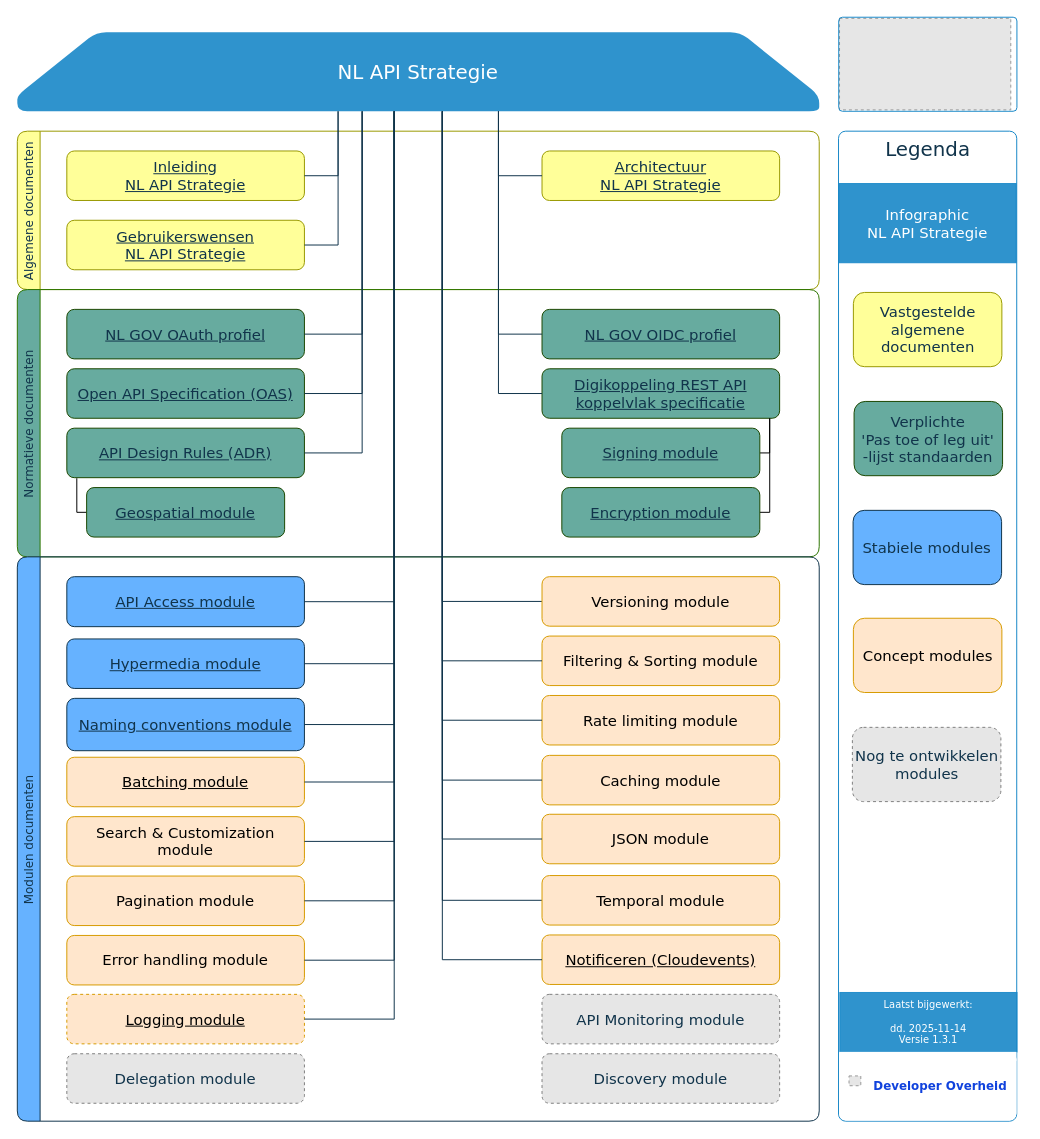
This is page "versie 110" (1 of 2) of media/API infographic.drawio from Geonovum/KP-APIs, a draw.io file, before an edit. Source tidied: cells renumbered, new cells numbered last; positions are measured from the earlier drawing's top-left corner, leaving out a move shared by most shapes. Both pictures are drawn from the tidied source at 99%, with x=0, y=0 at pixel (17, 17). Pictures stored in the file or linked from it are replaced by grey dashed boxes.
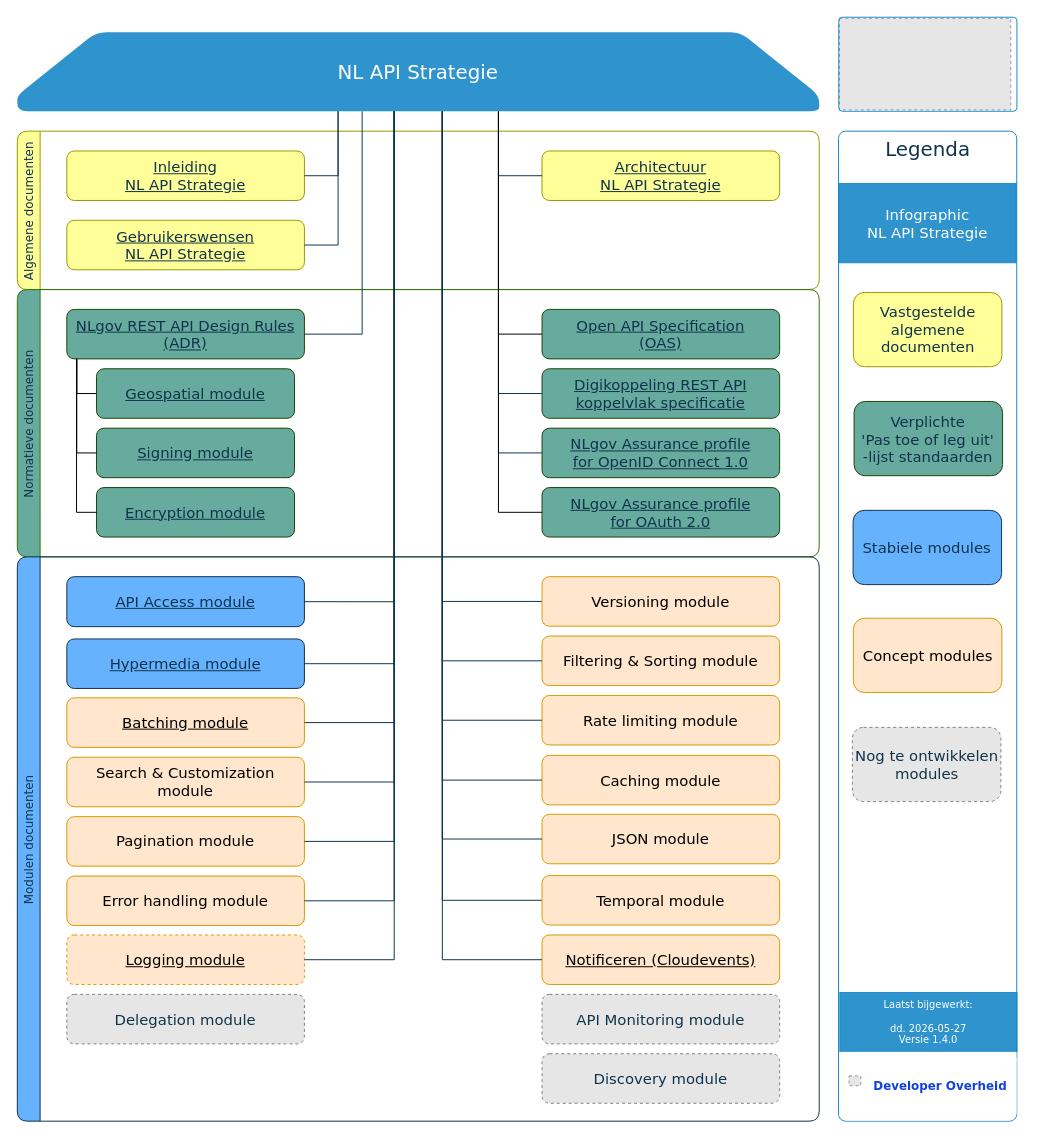
Above is the later version.

Commit message (it also covers changes not shown here):
Update standaard namen naar NLgov notatie (#685)

The change refers to these unchanged cells:
```xml
<mxCell id="10" value="Normatieve documenten" style="swimlane;horizontal=0;rounded=1;strokeColor=#2D7600;fillColor=#67AB9F;fontFamily=Verdana;fontStyle=0;fontColor=light-dark(#11344B,#FFFFFF);fontSize=12;" parent="1" vertex="1">
  <mxGeometry y="275" width="810" height="270" as="geometry" />
</mxCell>
<mxCell id="14" value="Digikoppeling REST API koppelvlak specificatie" style="rounded=1;whiteSpace=wrap;html=1;fontSize=15;fontStyle=4;fillColor=#67AB9F;strokeColor=#1B4700;fontColor=light-dark(#11344B,#FFFFFF);fontFamily=Verdana;align=center;verticalAlign=middle;" parent="10" vertex="1">
  <mxGeometry x="530" y="80" width="240" height="50" as="geometry" />
</mxCell>
<mxCell id="22" value="&lt;span&gt;NL API Strategie&lt;/span&gt;" style="shape=loopLimit;whiteSpace=wrap;html=1;fontSize=20;fillColor=#1988C8;fontFamily=Verdana;fontStyle=0;size=140;fontColor=#FFFFFF;strokeColor=none;rounded=1;points=[[0,0,0,0,0],[0,0.26,0,0,0],[0,0.5,0,0,0],[0,0.74,0,0,0],[0,1,0,0,0],[0.07,1,0,0,0],[0.13,1,0,0,0],[0.2,1,0,0,0],[0.23,1,0,0,0],[0.25,0,0,0,0],[0.25,1,0,0,0],[0.27,1,0,0,0],[0.33,1,0,0,0],[0.4,1,0,0,0],[0.43,1,0,0,0],[0.47,1,0,0,0],[0.5,0,0,0,0],[0.5,1,0,0,0],[0.53,1,0,0,0],[0.56,1,0,0,0],[0.6,1,0,0,0],[0.67,1,0,0,0],[0.75,0,0,0,0],[0.75,1,0,0,0],[0.8,1,0,0,0],[0.83,1,0,0,0],[0.87,1,0,0,0],[0.93,1,0,0,0],[1,0,0,0,0],[1,0.26,0,0,0],[1,0.5,0,0,0],[1,0.76,0,0,0],[1,1,0,0,0]];opacity=90;shadow=0;sketch=0;" parent="1" vertex="1">
  <mxGeometry y="15" width="810" height="79.9" as="geometry" />
</mxCell>
<mxCell id="23" value="Modulen documenten" style="swimlane;horizontal=0;rounded=1;strokeColor=#11344B;fillColor=#66B2FF;fontFamily=Verdana;fontStyle=0;fontColor=light-dark(#11344B,#FFFFFF);fontSize=12;" parent="1" vertex="1">
  <mxGeometry y="545" width="810" height="570" as="geometry" />
</mxCell>
```

Change to the diagram source:
```diff
@@
-    <mxCell id="11" value="API Design Rules (ADR)" style="rounded=1;whiteSpace=wrap;html=1;fontSize=15;fontStyle=4;fillColor=#67AB9F;strokeColor=#1B4700;fontColor=light-dark(#11344B,#FFFFFF);fontFamily=Verdana;points=[[0,0,0,0,0],[0,0.25,0,0,0],[0,0.5,0,0,0],[0,0.75,0,0,0],[0,1,0,0,0],[0.13,1,0,0,0],[0.25,0,0,0,0],[0.25,1,0,0,0],[0.38,1,0,0,0],[0.5,0,0,0,0],[0.5,1,0,0,0],[0.63,1,0,0,0],[0.75,0,0,0,0],[0.75,1,0,0,0],[0.88,1,0,0,0],[1,0,0,0,0],[1,0.25,0,0,0],[1,0.5,0,0,0],[1,0.75,0,0,0],[1,1,0,0,0]];" parent="10" vertex="1">
-      <mxGeometry x="50" y="140" width="240" height="50" as="geometry" />
+    <mxCell id="11" value="NLgov REST API Design Rules (ADR)" style="rounded=1;whiteSpace=wrap;html=1;fontSize=15;fontStyle=4;fillColor=#67AB9F;strokeColor=#1B4700;fontColor=light-dark(#11344B,#FFFFFF);fontFamily=Verdana;points=[[0,0,0,0,0],[0,0.25,0,0,0],[0,0.5,0,0,0],[0,0.75,0,0,0],[0,1,0,0,0],[0.13,1,0,0,0],[0.25,0,0,0,0],[0.25,1,0,0,0],[0.38,1,0,0,0],[0.5,0,0,0,0],[0.5,1,0,0,0],[0.63,1,0,0,0],[0.75,0,0,0,0],[0.75,1,0,0,0],[0.88,1,0,0,0],[1,0,0,0,0],[1,0.25,0,0,0],[1,0.5,0,0,0],[1,0.75,0,0,0],[1,1,0,0,0]];" parent="10" vertex="1">
+      <mxGeometry x="50" y="20" width="240" height="50" as="geometry" />
     </mxCell>
-    <mxCell id="12" value="Open API Specification (OAS)" style="rounded=1;whiteSpace=wrap;html=1;fontSize=15;fontStyle=4;fillColor=#67AB9F;strokeColor=#1B4700;fontColor=light-dark(#11344B,#FFFFFF);fontFamily=Verdana;align=center;verticalAlign=middle;" parent="10" vertex="1">
-      <mxGeometry x="50" y="80" width="240" height="50" as="geometry" />
+    <mxCell id="12" value="Open API Specification&lt;br&gt;(OAS)" style="rounded=1;whiteSpace=wrap;html=1;fontSize=15;fontStyle=4;fillColor=#67AB9F;strokeColor=#1B4700;fontColor=light-dark(#11344B,#FFFFFF);fontFamily=Verdana;align=center;verticalAlign=middle;" parent="10" vertex="1">
+      <mxGeometry x="530" y="20" width="240" height="50" as="geometry" />
     </mxCell>
-    <mxCell id="13" value="NL GOV OAuth profiel" style="rounded=1;whiteSpace=wrap;html=1;fontSize=15;fontStyle=4;fillColor=#67AB9F;strokeColor=#1B4700;fontColor=light-dark(#11344B,#FFFFFF);fontFamily=Verdana;" parent="10" vertex="1">
-      <mxGeometry x="50" y="20" width="240" height="50" as="geometry" />
+    <mxCell id="13" value="NLgov Assurance profile&lt;br&gt;for OAuth 2.0" style="rounded=1;whiteSpace=wrap;html=1;fontSize=15;fontStyle=4;fillColor=#67AB9F;strokeColor=#1B4700;fontColor=light-dark(#11344B,#FFFFFF);fontFamily=Verdana;" parent="10" vertex="1">
+      <mxGeometry x="530" y="200" width="240" height="50" as="geometry" />
     </mxCell>
@@
-    <mxCell id="15" value="NL GOV OIDC profiel" style="rounded=1;whiteSpace=wrap;html=1;fontSize=15;fontStyle=4;fillColor=#67AB9F;strokeColor=#1B4700;fontColor=light-dark(#11344B,#FFFFFF);fontFamily=Verdana;align=center;verticalAlign=middle;" parent="10" vertex="1">
-      <mxGeometry x="530" y="20" width="240" height="50" as="geometry" />
+    <mxCell id="15" value="NLgov Assurance profile&lt;br&gt;for OpenID Connect 1.0" style="rounded=1;whiteSpace=wrap;html=1;fontSize=15;fontStyle=4;fillColor=#67AB9F;strokeColor=#1B4700;fontColor=light-dark(#11344B,#FFFFFF);fontFamily=Verdana;align=center;verticalAlign=middle;" parent="10" vertex="1">
+      <mxGeometry x="530" y="140" width="240" height="50" as="geometry" />
     </mxCell>
@@
     <mxCell id="17" value="Geospatial module" style="rounded=1;whiteSpace=wrap;html=1;fontSize=15;fontStyle=4;fillColor=#67AB9F;strokeColor=#1B4700;fontColor=light-dark(#11344B,#FFFFFF);fontFamily=Verdana;" parent="10" vertex="1">
-      <mxGeometry x="70" y="200" width="200" height="50" as="geometry" />
+      <mxGeometry x="80" y="80" width="200" height="50" as="geometry" />
     </mxCell>
-    <mxCell id="18" style="edgeStyle=orthogonalEdgeStyle;rounded=0;jettySize=auto;html=1;exitX=1;exitY=0.5;exitDx=0;exitDy=0;endArrow=none;startFill=0;entryX=0.958;entryY=1.002;entryDx=0;entryDy=0;entryPerimeter=0;" parent="10" edge="1" source="19" target="14">
-      <mxGeometry relative="1" as="geometry">
-        <Array as="points">
-          <mxPoint x="760" y="165" />
-          <mxPoint x="760" y="130" />
-        </Array>
-      </mxGeometry>
-    </mxCell>
     <mxCell id="19" value="Signing module" style="rounded=1;whiteSpace=wrap;html=1;fontSize=15;fontStyle=4;fillColor=#67AB9F;strokeColor=#1B4700;fontColor=light-dark(#11344B,#FFFFFF);fontFamily=Verdana;" parent="10" vertex="1">
-      <mxGeometry x="550" y="140" width="200" height="50" as="geometry" />
+      <mxGeometry x="80" y="140" width="200" height="50" as="geometry" />
     </mxCell>
-    <mxCell id="20" style="edgeStyle=orthogonalEdgeStyle;rounded=0;jettySize=auto;html=1;exitX=1;exitY=0.5;exitDx=0;exitDy=0;endArrow=none;startFill=0;" parent="10" edge="1" source="21">
-      <mxGeometry relative="1" as="geometry">
-        <mxPoint x="760" y="130" as="targetPoint" />
-        <Array as="points">
-          <mxPoint x="760" y="225" />
-        </Array>
-      </mxGeometry>
-    </mxCell>
     <mxCell id="21" value="Encryption module" style="rounded=1;whiteSpace=wrap;html=1;fontSize=15;fontStyle=4;fillColor=#67AB9F;strokeColor=#1B4700;fontColor=light-dark(#11344B,#FFFFFF);fontFamily=Verdana;" parent="10" vertex="1">
-      <mxGeometry x="550" y="200" width="200" height="50" as="geometry" />
+      <mxGeometry x="80" y="200" width="200" height="50" as="geometry" />
     </mxCell>
+    <mxCell id="78" style="edgeStyle=orthogonalEdgeStyle;rounded=0;jettySize=auto;html=1;exitX=0;exitY=0.5;exitDx=0;exitDy=0;entryX=0.042;entryY=1;entryDx=0;entryDy=0;entryPerimeter=0;endArrow=none;endFill=0;" parent="10" edge="1" source="19" target="11">
+      <mxGeometry relative="1" as="geometry" />
+    </mxCell>
+    <mxCell id="79" style="edgeStyle=orthogonalEdgeStyle;rounded=0;jettySize=auto;html=1;exitX=0;exitY=0.5;exitDx=0;exitDy=0;endArrow=none;endFill=0;entryX=0.041;entryY=0.992;entryDx=0;entryDy=0;entryPerimeter=0;" parent="10" edge="1" source="21" target="11">
+      <mxGeometry relative="1" as="geometry" />
+    </mxCell>
@@
-    <mxCell id="27" value="Naming conventions module" style="rounded=1;whiteSpace=wrap;html=1;fontSize=15;fontStyle=4;fillColor=#66B2FF;strokeColor=#11344B;fontColor=light-dark(#11344B,#FFFFFF);fontFamily=Verdana;" parent="23" vertex="1">
-      <mxGeometry x="50" y="142.9" width="240" height="52.9" as="geometry" />
-    </mxCell>
@@
     <mxCell id="30" value="Search &amp;amp; Customization module" style="rounded=1;whiteSpace=wrap;html=1;fontSize=15;fontStyle=0;fillColor=light-dark(#FFE6CC,#FFE6CC);strokeColor=#d79b00;fontColor=light-dark(#000000,#000000);fontFamily=Verdana;" parent="23" vertex="1">
-      <mxGeometry x="50" y="262.4" width="240" height="50" as="geometry" />
+      <mxGeometry x="50" y="202.4" width="240" height="50" as="geometry" />
     </mxCell>
@@
     <mxCell id="33" value="Pagination module" style="rounded=1;whiteSpace=wrap;html=1;fontSize=15;fontStyle=0;fillColor=light-dark(#FFE6CC,#FFE6CC);strokeColor=#d79b00;fontColor=light-dark(#000000,#000000);fontFamily=Verdana;" parent="23" vertex="1">
-      <mxGeometry x="50" y="322.4" width="240" height="50" as="geometry" />
+      <mxGeometry x="50" y="262.4" width="240" height="50" as="geometry" />
     </mxCell>
@@
     <mxCell id="36" value="Error handling module" style="rounded=1;whiteSpace=wrap;html=1;fontSize=15;fontStyle=0;fillColor=light-dark(#FFE6CC,#FFE6CC);strokeColor=#d79b00;fontColor=light-dark(#000000,#000000);fontFamily=Verdana;" parent="23" vertex="1">
-      <mxGeometry x="50" y="382.4" width="240" height="50" as="geometry" />
+      <mxGeometry x="50" y="322.4" width="240" height="50" as="geometry" />
     </mxCell>
     <mxCell id="37" value="Delegation module" style="rounded=1;whiteSpace=wrap;html=1;fontSize=15;fontStyle=0;fillColor=light-dark(#E6E6E6,#E6E6E6);strokeColor=#808080;fontColor=light-dark(#11344B,#11344B);fontFamily=Verdana;dashed=1;" parent="23" vertex="1">
-      <mxGeometry x="50" y="501.9" width="240" height="50" as="geometry" />
+      <mxGeometry x="50" y="441.9" width="240" height="50" as="geometry" />
     </mxCell>
@@
     <mxCell id="40" value="Logging module" style="rounded=1;whiteSpace=wrap;html=1;fontSize=15;fontStyle=4;fillColor=light-dark(#FFE6CC,#FFE6CC);strokeColor=#d79b00;fontColor=light-dark(#000000,#000000);fontFamily=Verdana;dashed=1;align=center;verticalAlign=middle;" parent="23" vertex="1">
-      <mxGeometry x="50" y="441.9" width="240" height="50" as="geometry" />
+      <mxGeometry x="50" y="381.9" width="240" height="50" as="geometry" />
     </mxCell>
     <mxCell id="41" value="&lt;u&gt;Batching module&lt;/u&gt;" style="rounded=1;whiteSpace=wrap;html=1;fontSize=15;fontStyle=0;fillColor=light-dark(#FFE6CC,#FFE6CC);strokeColor=#d79b00;fontColor=light-dark(#000000,#000000);fontFamily=Verdana;" parent="23" vertex="1">
-      <mxGeometry x="50" y="202.4" width="240" height="50" as="geometry" />
+      <mxGeometry x="50" y="142.4" width="240" height="50" as="geometry" />
     </mxCell>
@@
-    <mxCell id="48" style="endArrow=none;html=1;rounded=0;fontFamily=Verdana;fontColor=#11344B;strokeColor=#11344B;entryX=0.43;entryY=1;entryDx=0;entryDy=0;entryPerimeter=0;edgeStyle=orthogonalEdgeStyle;exitX=1;exitY=0.5;exitDx=0;exitDy=0;" parent="1" edge="1" source="12" target="22">
-      <mxGeometry relative="1" as="geometry" />
-    </mxCell>
-    <mxCell id="49" style="endArrow=none;html=1;rounded=0;fontFamily=Verdana;fontColor=#11344B;strokeColor=#11344B;entryX=0.43;entryY=1;entryDx=0;entryDy=0;entryPerimeter=0;exitX=1;exitY=0.5;exitDx=0;exitDy=0;edgeStyle=orthogonalEdgeStyle;" parent="1" edge="1" source="13" target="22">
-      <mxGeometry relative="1" as="geometry" />
-    </mxCell>
@@
-    <mxCell id="51" value="Laatst bijgewerkt:&lt;br&gt;&lt;br&gt;dd. 2025-11-14&lt;br&gt;Versie 1.3.1" style="text;html=1;strokeColor=#1988C8;fillColor=#1988C8;align=center;verticalAlign=middle;whiteSpace=wrap;rounded=0;fontFamily=Verdana;fontSize=10;fontColor=light-dark(#FFFFFF,#FFFFFF);opacity=90;" parent="1" vertex="1">
+    <mxCell id="51" value="Laatst bijgewerkt:&lt;br&gt;&lt;br&gt;dd. 2026-05-27&lt;br&gt;Versie 1.4.0" style="text;html=1;strokeColor=#1988C8;fillColor=#1988C8;align=center;verticalAlign=middle;whiteSpace=wrap;rounded=0;fontFamily=Verdana;fontSize=10;fontColor=light-dark(#FFFFFF,#FFFFFF);opacity=90;" parent="1" vertex="1">
       <mxGeometry x="830.8" y="985" width="179" height="60" as="geometry" />
     </mxCell>
@@
-    <mxCell id="58" style="endArrow=none;html=1;rounded=0;fontFamily=Verdana;fontColor=#11344B;strokeColor=#11344B;entryX=0.47;entryY=1;entryDx=0;entryDy=0;entryPerimeter=0;exitX=1;exitY=0.5;exitDx=0;exitDy=0;edgeStyle=orthogonalEdgeStyle;" parent="1" edge="1" source="27" target="22">
-      <mxGeometry relative="1" as="geometry" />
-    </mxCell>
@@
+    <mxCell id="48" style="edgeStyle=orthogonalEdgeStyle;rounded=0;jettySize=auto;html=1;exitX=0;exitY=0.5;exitDx=0;exitDy=0;entryX=0.6;entryY=1;entryDx=0;entryDy=0;entryPerimeter=0;endArrow=none;endFill=0;" parent="1" edge="1" source="12" target="22">
+      <mxGeometry relative="1" as="geometry" />
+    </mxCell>
+    <mxCell id="49" style="edgeStyle=orthogonalEdgeStyle;rounded=0;jettySize=auto;html=1;exitX=0;exitY=0.5;exitDx=0;exitDy=0;entryX=0.6;entryY=1;entryDx=0;entryDy=0;entryPerimeter=0;endArrow=none;endFill=0;" parent="1" edge="1" source="13" target="22">
+      <mxGeometry relative="1" as="geometry" />
+    </mxCell>
```
